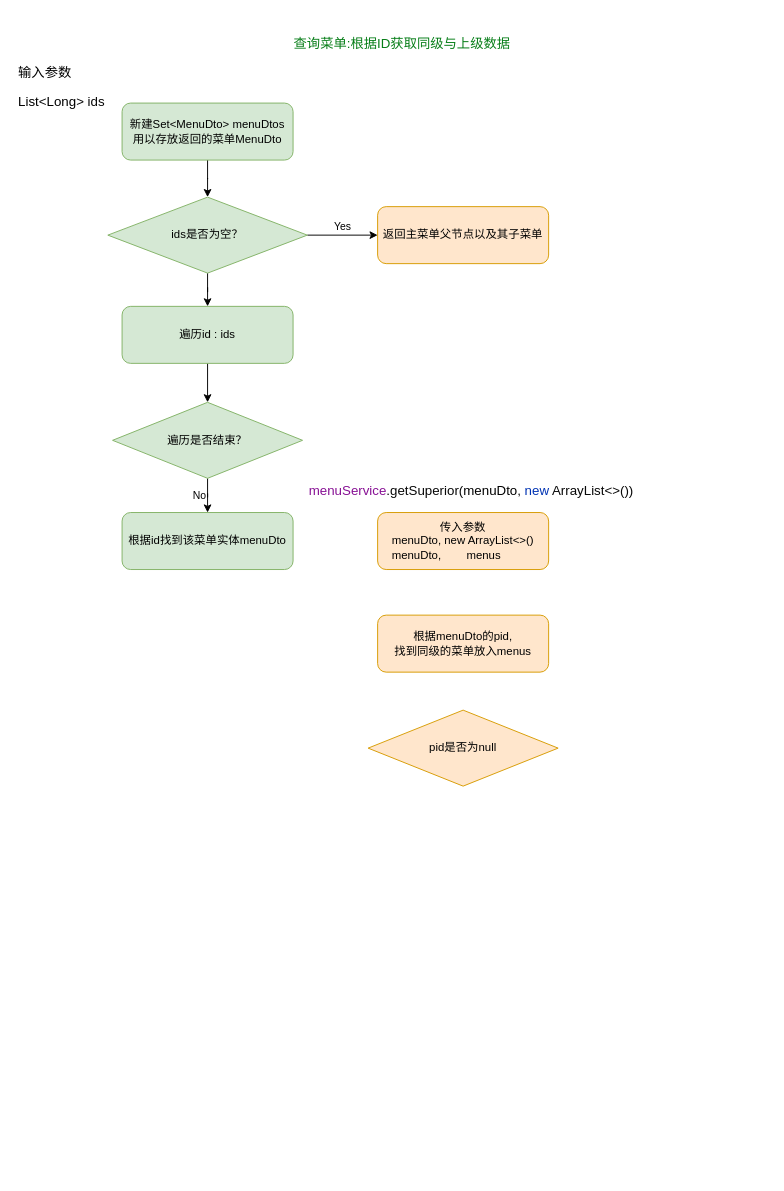
HonyoLAN/telmy keeps this draw.io diagram as page "查询菜单:根据ID获取同级与上级数据" (6 of 7) of eladmin.drawio. Above is the earlier version. Source tidied: cells renumbered, new cells numbered last; positions are measured from the earlier drawing's top-left corner, leaving out a move shared by most shapes. Both pictures are drawn from the tidied source at 95%, with x=0, y=0 at pixel (16, 16).
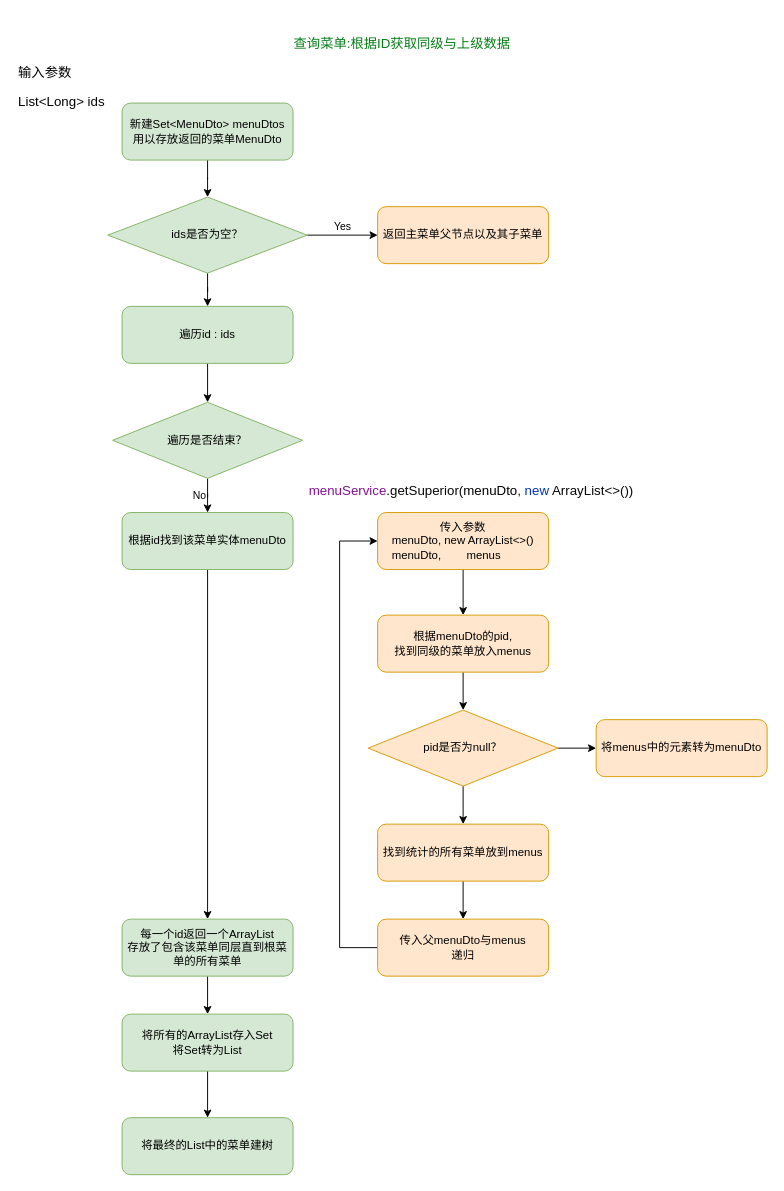
The same page after the edit.

Unchanged cells that the change refers to:
```xml
<mxCell id="7" value="根据id找到该菜单实体menuDto" style="rounded=1;whiteSpace=wrap;html=1;labelBackgroundColor=none;fillColor=#d5e8d4;strokeColor=#82b366;" parent="1" vertex="1">
  <mxGeometry x="111" y="522" width="180" height="60" as="geometry" />
</mxCell>
<mxCell id="15" value="传入参数&lt;br&gt;&lt;span style=&quot;font-size: 12px;&quot;&gt;menuDto, new ArrayList&amp;lt;&amp;gt;()&lt;/span&gt;&lt;br&gt;&lt;div style=&quot;text-align: left;&quot;&gt;menuDto,&amp;nbsp; &amp;nbsp; &amp;nbsp; &amp;nbsp; menus&lt;/div&gt;" style="rounded=1;whiteSpace=wrap;html=1;labelBackgroundColor=none;fillColor=#ffe6cc;strokeColor=#d79b00;" parent="1" vertex="1">
  <mxGeometry x="380" y="522" width="180" height="60" as="geometry" />
</mxCell>
<mxCell id="16" value="根据&lt;span style=&quot;text-align: left;&quot;&gt;menuDto的&lt;/span&gt;pid,&lt;br&gt;找到同级的菜单放入menus" style="rounded=1;whiteSpace=wrap;html=1;labelBackgroundColor=none;fillColor=#ffe6cc;strokeColor=#d79b00;" parent="1" vertex="1">
  <mxGeometry x="380" y="630" width="180" height="60" as="geometry" />
</mxCell>
```

Diff of the diagram source:
```diff
@@
+    <mxCell id="19" style="edgeStyle=orthogonalEdgeStyle;rounded=0;jettySize=auto;html=1;exitX=0.5;exitY=1;exitDx=0;exitDy=0;" parent="1" edge="1" source="7" target="30">
+      <mxGeometry relative="1" as="geometry" />
+    </mxCell>
@@
+    <mxCell id="20" style="edgeStyle=orthogonalEdgeStyle;rounded=0;jettySize=auto;html=1;" parent="1" edge="1" source="15" target="16">
+      <mxGeometry relative="1" as="geometry" />
+    </mxCell>
@@
+    <mxCell id="21" style="edgeStyle=orthogonalEdgeStyle;rounded=0;jettySize=auto;html=1;" parent="1" edge="1" source="16" target="18">
+      <mxGeometry relative="1" as="geometry" />
+    </mxCell>
@@
+    <mxCell id="22" style="edgeStyle=orthogonalEdgeStyle;rounded=0;jettySize=auto;html=1;" parent="1" edge="1" source="18" target="26">
+      <mxGeometry relative="1" as="geometry" />
+    </mxCell>
+    <mxCell id="23" style="edgeStyle=orthogonalEdgeStyle;rounded=0;jettySize=auto;html=1;" parent="1" edge="1" source="18" target="24">
+      <mxGeometry relative="1" as="geometry" />
+    </mxCell>
-    <mxCell id="18" value="pid是否为null" style="rhombus;whiteSpace=wrap;html=1;labelBackgroundColor=none;fillColor=#ffe6cc;strokeColor=#d79b00;" parent="1" vertex="1">
+    <mxCell id="18" value="pid是否为null？" style="rhombus;whiteSpace=wrap;html=1;labelBackgroundColor=none;fillColor=#ffe6cc;strokeColor=#d79b00;" parent="1" vertex="1">
       <mxGeometry x="370" y="730" width="200" height="80" as="geometry" />
     </mxCell>
+    <mxCell id="24" value="将menus中的元素转为menuDto" style="rounded=1;whiteSpace=wrap;html=1;labelBackgroundColor=none;fillColor=#ffe6cc;strokeColor=#d79b00;" parent="1" vertex="1">
+      <mxGeometry x="610" y="740" width="180" height="60" as="geometry" />
+    </mxCell>
+    <mxCell id="25" style="edgeStyle=orthogonalEdgeStyle;rounded=0;jettySize=auto;html=1;" parent="1" edge="1" source="26" target="28">
+      <mxGeometry relative="1" as="geometry" />
+    </mxCell>
+    <mxCell id="26" value="找到统计的所有菜单放到menus" style="rounded=1;whiteSpace=wrap;html=1;labelBackgroundColor=none;fillColor=#ffe6cc;strokeColor=#d79b00;" parent="1" vertex="1">
+      <mxGeometry x="380" y="850" width="180" height="60" as="geometry" />
+    </mxCell>
+    <mxCell id="27" style="edgeStyle=orthogonalEdgeStyle;rounded=0;jettySize=auto;html=1;exitX=0;exitY=0.5;exitDx=0;exitDy=0;entryX=0;entryY=0.5;entryDx=0;entryDy=0;" parent="1" edge="1" source="28" target="15">
+      <mxGeometry relative="1" as="geometry">
+        <Array as="points">
+          <mxPoint x="340" y="980" />
+          <mxPoint x="340" y="552" />
+        </Array>
+      </mxGeometry>
+    </mxCell>
+    <mxCell id="28" value="传入父menuDto与menus&lt;br&gt;递归" style="rounded=1;whiteSpace=wrap;html=1;labelBackgroundColor=none;fillColor=#ffe6cc;strokeColor=#d79b00;" parent="1" vertex="1">
+      <mxGeometry x="380" y="950" width="180" height="60" as="geometry" />
+    </mxCell>
+    <mxCell id="29" style="edgeStyle=orthogonalEdgeStyle;rounded=0;jettySize=auto;html=1;" parent="1" edge="1" source="30" target="32">
+      <mxGeometry relative="1" as="geometry" />
+    </mxCell>
+    <mxCell id="30" value="每一个id返回一个ArrayList&lt;br&gt;存放了包含该菜单同层直到根菜单的所有菜单" style="rounded=1;whiteSpace=wrap;html=1;labelBackgroundColor=none;fillColor=#d5e8d4;strokeColor=#82b366;" parent="1" vertex="1">
+      <mxGeometry x="111" y="950" width="180" height="60" as="geometry" />
+    </mxCell>
+    <mxCell id="31" style="edgeStyle=orthogonalEdgeStyle;rounded=0;jettySize=auto;html=1;" parent="1" edge="1" source="32" target="33">
+      <mxGeometry relative="1" as="geometry" />
+    </mxCell>
+    <mxCell id="32" value="将所有的ArrayList存入Set&lt;br&gt;将Set转为List" style="rounded=1;whiteSpace=wrap;html=1;labelBackgroundColor=none;fillColor=#d5e8d4;strokeColor=#82b366;" parent="1" vertex="1">
+      <mxGeometry x="111" y="1050" width="180" height="60" as="geometry" />
+    </mxCell>
+    <mxCell id="33" value="将最终的List中的菜单建树" style="rounded=1;whiteSpace=wrap;html=1;labelBackgroundColor=none;fillColor=#d5e8d4;strokeColor=#82b366;" parent="1" vertex="1">
+      <mxGeometry x="111" y="1159" width="180" height="60" as="geometry" />
+    </mxCell>
```
